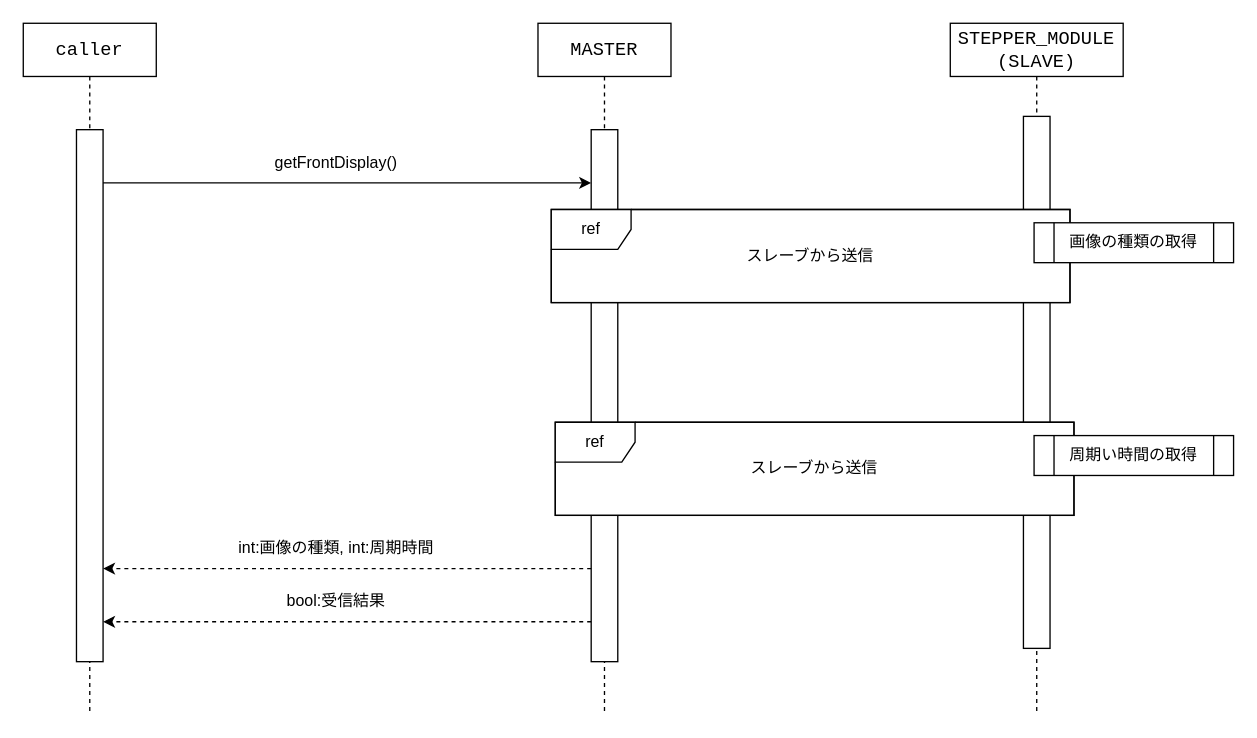
The draw.io diagram page "フロントディスプレイ_ディスプレイ設定の取得" (9 of 9) of doc/AvatarTranstexhter_wire_core_sequence.drawio in tremagiro/AvatarTranstexhter_wire_core, before the edit. Source tidied: cells renumbered, new cells numbered last; positions are measured from the earlier drawing's top-left corner, leaving out a move shared by most shapes. Both pictures are drawn from the tidied source at 133%, with x=0, y=0 at pixel (23, 23).
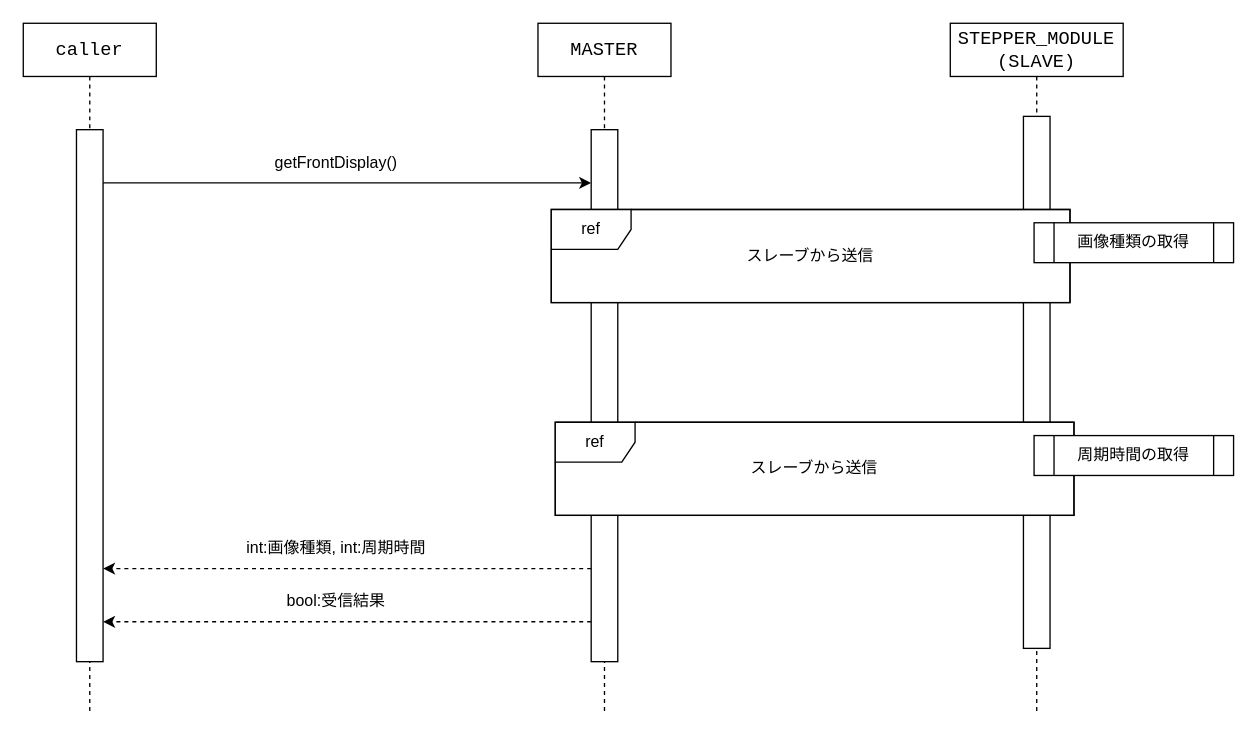
The same diagram, later.

The edit, as a diff of the source:
```diff
@@
-    <mxCell id="14" value="int:画像の種類, int:周期時間" style="text;html=1;align=center;verticalAlign=middle;strokeColor=none;fillColor=none;" parent="1" vertex="1">
-      <mxGeometry x="150" y="380" width="170" height="30" as="geometry" />
+    <mxCell id="14" value="int:画像種類, int:周期時間" style="text;html=1;align=center;verticalAlign=middle;strokeColor=none;fillColor=none;" parent="1" vertex="1">
+      <mxGeometry x="155" y="380" width="160" height="30" as="geometry" />
     </mxCell>
@@
-    <mxCell id="18" value="画像の種類の取得" style="shape=process;whiteSpace=wrap;html=1;backgroundOutline=1;" parent="1" vertex="1">
+    <mxCell id="18" value="画像種類の取得" style="shape=process;whiteSpace=wrap;html=1;backgroundOutline=1;" parent="1" vertex="1">
       <mxGeometry x="760" y="150" width="150" height="30" as="geometry" />
     </mxCell>
-    <mxCell id="19" value="周期い時間の取得" style="shape=process;whiteSpace=wrap;html=1;backgroundOutline=1;" parent="1" vertex="1">
+    <mxCell id="19" value="周期時間の取得" style="shape=process;whiteSpace=wrap;html=1;backgroundOutline=1;" parent="1" vertex="1">
       <mxGeometry x="760" y="310" width="150" height="30" as="geometry" />
     </mxCell>
```
